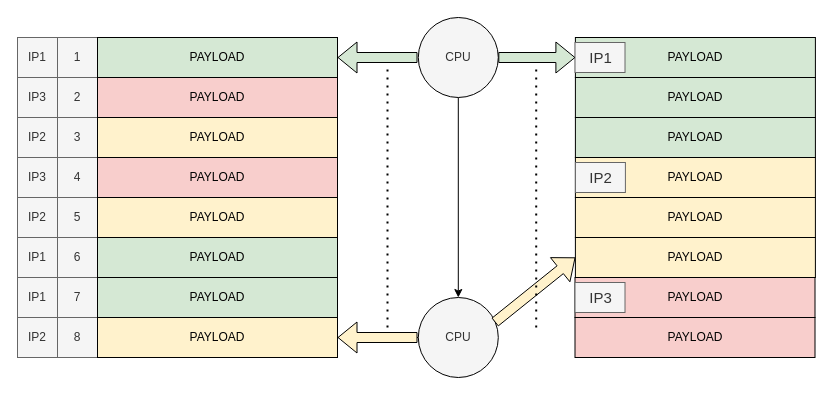
This is page "第 1 页" (1 of 6) of producer&consumer.drawio from CHRIS123540/GPU, a draw.io file, before an edit. Source tidied: cells renumbered, new cells numbered last; positions are measured from the earlier drawing's top-left corner, leaving out a move shared by most shapes. Both pictures are drawn from the tidied source at 100%, with x=0, y=0 at pixel (17, 17).
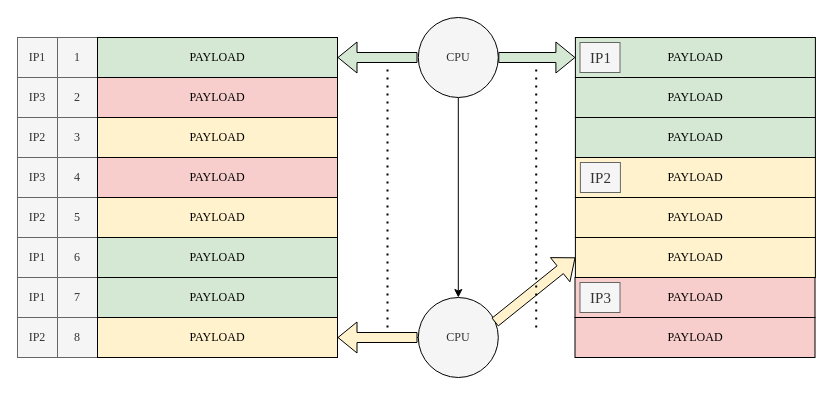
The same diagram, later.

What changed in the source:
```diff
@@
-    <mxCell id="2" value="IP1" style="whiteSpace=wrap;html=1;strokeColor=#666666;fillColor=#f5f5f5;fontColor=#333333;" parent="1" vertex="1">
+    <mxCell id="2" value="IP1" style="whiteSpace=wrap;html=1;strokeColor=#666666;fillColor=#f5f5f5;fontColor=#333333;fontFamily=Times New Roman;" parent="1" vertex="1">
       <mxGeometry y="20" width="40" height="40" as="geometry" />
     </mxCell>
-    <mxCell id="3" value="IP3" style="whiteSpace=wrap;html=1;strokeColor=#666666;fillColor=#f5f5f5;fontColor=#333333;" parent="1" vertex="1">
+    <mxCell id="3" value="IP3" style="whiteSpace=wrap;html=1;strokeColor=#666666;fillColor=#f5f5f5;fontColor=#333333;fontFamily=Times New Roman;" parent="1" vertex="1">
       <mxGeometry y="60" width="40" height="40" as="geometry" />
     </mxCell>
-    <mxCell id="4" value="IP2" style="whiteSpace=wrap;html=1;strokeColor=#666666;fillColor=#f5f5f5;fontColor=#333333;" parent="1" vertex="1">
+    <mxCell id="4" value="IP2" style="whiteSpace=wrap;html=1;strokeColor=#666666;fillColor=#f5f5f5;fontColor=#333333;fontFamily=Times New Roman;" parent="1" vertex="1">
       <mxGeometry y="100" width="40" height="40" as="geometry" />
     </mxCell>
-    <mxCell id="5" value="IP3" style="whiteSpace=wrap;html=1;strokeColor=#666666;fillColor=#f5f5f5;fontColor=#333333;" parent="1" vertex="1">
+    <mxCell id="5" value="IP3" style="whiteSpace=wrap;html=1;strokeColor=#666666;fillColor=#f5f5f5;fontColor=#333333;fontFamily=Times New Roman;" parent="1" vertex="1">
       <mxGeometry y="140" width="40" height="40" as="geometry" />
     </mxCell>
-    <mxCell id="6" value="IP2" style="whiteSpace=wrap;html=1;strokeColor=#666666;fillColor=#f5f5f5;fontColor=#333333;" parent="1" vertex="1">
+    <mxCell id="6" value="IP2" style="whiteSpace=wrap;html=1;strokeColor=#666666;fillColor=#f5f5f5;fontColor=#333333;fontFamily=Times New Roman;" parent="1" vertex="1">
       <mxGeometry y="180" width="40" height="40" as="geometry" />
     </mxCell>
-    <mxCell id="7" value="IP1" style="whiteSpace=wrap;html=1;strokeColor=#666666;fillColor=#f5f5f5;fontColor=#333333;" parent="1" vertex="1">
+    <mxCell id="7" value="IP1" style="whiteSpace=wrap;html=1;strokeColor=#666666;fillColor=#f5f5f5;fontColor=#333333;fontFamily=Times New Roman;" parent="1" vertex="1">
       <mxGeometry y="220" width="40" height="40" as="geometry" />
     </mxCell>
-    <mxCell id="8" value="IP1" style="whiteSpace=wrap;html=1;strokeColor=#666666;fillColor=#f5f5f5;fontColor=#333333;" parent="1" vertex="1">
+    <mxCell id="8" value="IP1" style="whiteSpace=wrap;html=1;strokeColor=#666666;fillColor=#f5f5f5;fontColor=#333333;fontFamily=Times New Roman;" parent="1" vertex="1">
       <mxGeometry y="260" width="40" height="40" as="geometry" />
     </mxCell>
-    <mxCell id="9" value="IP2" style="whiteSpace=wrap;html=1;strokeColor=#666666;fillColor=#f5f5f5;fontColor=#333333;" parent="1" vertex="1">
+    <mxCell id="9" value="IP2" style="whiteSpace=wrap;html=1;strokeColor=#666666;fillColor=#f5f5f5;fontColor=#333333;fontFamily=Times New Roman;" parent="1" vertex="1">
       <mxGeometry y="300" width="40" height="40" as="geometry" />
     </mxCell>
-    <mxCell id="10" value="1" style="whiteSpace=wrap;html=1;strokeColor=#666666;fillColor=#f5f5f5;fontColor=#333333;" parent="1" vertex="1">
+    <mxCell id="10" value="1" style="whiteSpace=wrap;html=1;strokeColor=#666666;fillColor=#f5f5f5;fontColor=#333333;fontFamily=Times New Roman;" parent="1" vertex="1">
       <mxGeometry x="40" y="20" width="40" height="40" as="geometry" />
     </mxCell>
-    <mxCell id="11" value="2" style="whiteSpace=wrap;html=1;strokeColor=#666666;fillColor=#f5f5f5;fontColor=#333333;" parent="1" vertex="1">
+    <mxCell id="11" value="2" style="whiteSpace=wrap;html=1;strokeColor=#666666;fillColor=#f5f5f5;fontColor=#333333;fontFamily=Times New Roman;" parent="1" vertex="1">
       <mxGeometry x="40" y="60" width="40" height="40" as="geometry" />
     </mxCell>
-    <mxCell id="12" value="3" style="whiteSpace=wrap;html=1;strokeColor=#666666;fillColor=#f5f5f5;fontColor=#333333;" parent="1" vertex="1">
+    <mxCell id="12" value="3" style="whiteSpace=wrap;html=1;strokeColor=#666666;fillColor=#f5f5f5;fontColor=#333333;fontFamily=Times New Roman;" parent="1" vertex="1">
       <mxGeometry x="40" y="100" width="40" height="40" as="geometry" />
     </mxCell>
-    <mxCell id="13" value="4" style="whiteSpace=wrap;html=1;strokeColor=#666666;fillColor=#f5f5f5;fontColor=#333333;" parent="1" vertex="1">
+    <mxCell id="13" value="4" style="whiteSpace=wrap;html=1;strokeColor=#666666;fillColor=#f5f5f5;fontColor=#333333;fontFamily=Times New Roman;" parent="1" vertex="1">
       <mxGeometry x="40" y="140" width="40" height="40" as="geometry" />
     </mxCell>
-    <mxCell id="14" value="5" style="whiteSpace=wrap;html=1;strokeColor=#666666;fillColor=#f5f5f5;fontColor=#333333;" parent="1" vertex="1">
+    <mxCell id="14" value="5" style="whiteSpace=wrap;html=1;strokeColor=#666666;fillColor=#f5f5f5;fontColor=#333333;fontFamily=Times New Roman;" parent="1" vertex="1">
       <mxGeometry x="40" y="180" width="40" height="40" as="geometry" />
     </mxCell>
-    <mxCell id="15" value="6" style="whiteSpace=wrap;html=1;strokeColor=#666666;fillColor=#f5f5f5;fontColor=#333333;" parent="1" vertex="1">
+    <mxCell id="15" value="6" style="whiteSpace=wrap;html=1;strokeColor=#666666;fillColor=#f5f5f5;fontColor=#333333;fontFamily=Times New Roman;" parent="1" vertex="1">
       <mxGeometry x="40" y="220" width="40" height="40" as="geometry" />
     </mxCell>
-    <mxCell id="16" value="7" style="whiteSpace=wrap;html=1;strokeColor=#666666;fillColor=#f5f5f5;fontColor=#333333;" parent="1" vertex="1">
+    <mxCell id="16" value="7" style="whiteSpace=wrap;html=1;strokeColor=#666666;fillColor=#f5f5f5;fontColor=#333333;fontFamily=Times New Roman;" parent="1" vertex="1">
       <mxGeometry x="40" y="260" width="40" height="40" as="geometry" />
     </mxCell>
-    <mxCell id="17" value="8" style="whiteSpace=wrap;html=1;strokeColor=#666666;fillColor=#f5f5f5;fontColor=#333333;" parent="1" vertex="1">
+    <mxCell id="17" value="8" style="whiteSpace=wrap;html=1;strokeColor=#666666;fillColor=#f5f5f5;fontColor=#333333;fontFamily=Times New Roman;" parent="1" vertex="1">
       <mxGeometry x="40" y="300" width="40" height="40" as="geometry" />
     </mxCell>
-    <mxCell id="18" value="PAYLOAD" style="rounded=0;whiteSpace=wrap;html=1;fillColor=#d5e8d4;strokeColor=default;" parent="1" vertex="1">
+    <mxCell id="18" value="PAYLOAD" style="rounded=0;whiteSpace=wrap;html=1;fillColor=#d5e8d4;strokeColor=default;fontFamily=Times New Roman;" parent="1" vertex="1">
       <mxGeometry x="80" y="20" width="240" height="40" as="geometry" />
     </mxCell>
-    <mxCell id="19" value="PAYLOAD" style="rounded=0;whiteSpace=wrap;html=1;fillColor=#f8cecc;strokeColor=default;" parent="1" vertex="1">
+    <mxCell id="19" value="PAYLOAD" style="rounded=0;whiteSpace=wrap;html=1;fillColor=#f8cecc;strokeColor=default;fontFamily=Times New Roman;" parent="1" vertex="1">
       <mxGeometry x="80" y="60" width="240" height="40" as="geometry" />
     </mxCell>
-    <mxCell id="20" value="PAYLOAD" style="rounded=0;whiteSpace=wrap;html=1;fillColor=#fff2cc;strokeColor=default;" parent="1" vertex="1">
+    <mxCell id="20" value="PAYLOAD" style="rounded=0;whiteSpace=wrap;html=1;fillColor=#fff2cc;strokeColor=default;fontFamily=Times New Roman;" parent="1" vertex="1">
       <mxGeometry x="80" y="100" width="240" height="40" as="geometry" />
     </mxCell>
-    <mxCell id="21" value="PAYLOAD" style="rounded=0;whiteSpace=wrap;html=1;fillColor=#f8cecc;strokeColor=default;" parent="1" vertex="1">
+    <mxCell id="21" value="PAYLOAD" style="rounded=0;whiteSpace=wrap;html=1;fillColor=#f8cecc;strokeColor=default;fontFamily=Times New Roman;" parent="1" vertex="1">
       <mxGeometry x="80" y="140" width="240" height="40" as="geometry" />
     </mxCell>
-    <mxCell id="22" value="PAYLOAD" style="rounded=0;whiteSpace=wrap;html=1;fillColor=#fff2cc;strokeColor=default;" parent="1" vertex="1">
+    <mxCell id="22" value="PAYLOAD" style="rounded=0;whiteSpace=wrap;html=1;fillColor=#fff2cc;strokeColor=default;fontFamily=Times New Roman;" parent="1" vertex="1">
       <mxGeometry x="80" y="180" width="240" height="40" as="geometry" />
     </mxCell>
-    <mxCell id="23" value="PAYLOAD" style="rounded=0;whiteSpace=wrap;html=1;fillColor=#d5e8d4;strokeColor=default;" parent="1" vertex="1">
+    <mxCell id="23" value="PAYLOAD" style="rounded=0;whiteSpace=wrap;html=1;fillColor=#d5e8d4;strokeColor=default;fontFamily=Times New Roman;" parent="1" vertex="1">
       <mxGeometry x="80" y="220" width="240" height="40" as="geometry" />
     </mxCell>
-    <mxCell id="24" value="PAYLOAD" style="rounded=0;whiteSpace=wrap;html=1;fillColor=#d5e8d4;strokeColor=default;" parent="1" vertex="1">
+    <mxCell id="24" value="PAYLOAD" style="rounded=0;whiteSpace=wrap;html=1;fillColor=#d5e8d4;strokeColor=default;fontFamily=Times New Roman;" parent="1" vertex="1">
       <mxGeometry x="80" y="260" width="240" height="40" as="geometry" />
     </mxCell>
-    <mxCell id="25" value="PAYLOAD" style="rounded=0;whiteSpace=wrap;html=1;fillColor=#fff2cc;strokeColor=default;" parent="1" vertex="1">
+    <mxCell id="25" value="PAYLOAD" style="rounded=0;whiteSpace=wrap;html=1;fillColor=#fff2cc;strokeColor=default;fontFamily=Times New Roman;" parent="1" vertex="1">
       <mxGeometry x="80" y="300" width="240" height="40" as="geometry" />
     </mxCell>
-    <mxCell id="26" style="edgeStyle=orthogonalEdgeStyle;rounded=0;jettySize=auto;html=1;exitX=0.5;exitY=1;exitDx=0;exitDy=0;entryX=0.5;entryY=0;entryDx=0;entryDy=0;strokeColor=default;" parent="1" edge="1" source="27" target="36">
+    <mxCell id="26" style="edgeStyle=orthogonalEdgeStyle;rounded=0;jettySize=auto;html=1;exitX=0.5;exitY=1;exitDx=0;exitDy=0;entryX=0.5;entryY=0;entryDx=0;entryDy=0;strokeColor=default;fontFamily=Times New Roman;" parent="1" edge="1" source="27" target="36">
       <mxGeometry relative="1" as="geometry" />
     </mxCell>
-    <mxCell id="27" value="CPU" style="ellipse;whiteSpace=wrap;html=1;fillColor=#f5f5f5;fontColor=#333333;strokeColor=default;" parent="1" vertex="1">
+    <mxCell id="27" value="CPU" style="ellipse;whiteSpace=wrap;html=1;fillColor=#f5f5f5;fontColor=#333333;strokeColor=default;fontFamily=Times New Roman;" parent="1" vertex="1">
       <mxGeometry x="400.8" width="80" height="80" as="geometry" />
     </mxCell>
-    <mxCell id="28" value="PAYLOAD" style="rounded=0;whiteSpace=wrap;html=1;fillColor=#d5e8d4;strokeColor=default;" parent="1" vertex="1">
+    <mxCell id="28" value="PAYLOAD" style="rounded=0;whiteSpace=wrap;html=1;fillColor=#d5e8d4;strokeColor=default;fontFamily=Times New Roman;" parent="1" vertex="1">
       <mxGeometry x="557.9" y="20" width="240" height="40" as="geometry" />
     </mxCell>
-    <mxCell id="29" value="PAYLOAD" style="rounded=0;whiteSpace=wrap;html=1;fillColor=#d5e8d4;strokeColor=default;" parent="1" vertex="1">
+    <mxCell id="29" value="PAYLOAD" style="rounded=0;whiteSpace=wrap;html=1;fillColor=#d5e8d4;strokeColor=default;fontFamily=Times New Roman;" parent="1" vertex="1">
       <mxGeometry x="557.9" y="60" width="240" height="40" as="geometry" />
     </mxCell>
-    <mxCell id="30" value="PAYLOAD" style="rounded=0;whiteSpace=wrap;html=1;fillColor=#d5e8d4;strokeColor=default;" parent="1" vertex="1">
+    <mxCell id="30" value="PAYLOAD" style="rounded=0;whiteSpace=wrap;html=1;fillColor=#d5e8d4;strokeColor=default;fontFamily=Times New Roman;" parent="1" vertex="1">
       <mxGeometry x="557.9" y="100" width="240" height="40" as="geometry" />
     </mxCell>
-    <mxCell id="31" value="IP1" style="text;html=1;align=center;verticalAlign=middle;strokeColor=#666666;fillColor=#f5f5f5;fontSize=15;fontColor=#333333;" parent="1" vertex="1">
-      <mxGeometry x="557.5" y="25" width="50" height="30" as="geometry" />
+    <mxCell id="31" value="IP1" style="text;html=1;align=center;verticalAlign=middle;strokeColor=#666666;fillColor=#f5f5f5;fontSize=15;fontColor=#333333;fontFamily=Times New Roman;" parent="1" vertex="1">
+      <mxGeometry x="562.5" y="25" width="40" height="30" as="geometry" />
     </mxCell>
-    <mxCell id="32" style="shape=flexArrow;endArrow=classic;html=1;rounded=0;entryX=1;entryY=0.5;entryDx=0;entryDy=0;fillColor=#d5e8d4;strokeColor=default;" parent="1" edge="1" target="18">
+    <mxCell id="32" style="shape=flexArrow;endArrow=classic;html=1;rounded=0;entryX=1;entryY=0.5;entryDx=0;entryDy=0;fillColor=#d5e8d4;strokeColor=default;fontFamily=Times New Roman;" parent="1" edge="1" target="18">
       <mxGeometry relative="1" as="geometry">
         <mxPoint x="400" y="40" as="sourcePoint" />
       </mxGeometry>
     </mxCell>
-    <mxCell id="33" style="endArrow=none;dashed=1;html=1;dashPattern=1 3;strokeWidth=2;rounded=0;strokeColor=default;" parent="1" edge="1">
+    <mxCell id="33" style="endArrow=none;dashed=1;html=1;dashPattern=1 3;strokeWidth=2;rounded=0;strokeColor=default;fontFamily=Times New Roman;" parent="1" edge="1">
       <mxGeometry relative="1" as="geometry">
         <mxPoint x="370" y="310" as="sourcePoint" />
         <mxPoint x="370" y="50" as="targetPoint" />
       </mxGeometry>
     </mxCell>
-    <mxCell id="34" style="shape=flexArrow;endArrow=classic;html=1;rounded=0;entryX=0;entryY=0.5;entryDx=0;entryDy=0;fillColor=#d5e8d4;strokeColor=default;exitX=1;exitY=0.5;exitDx=0;exitDy=0;" parent="1" edge="1" source="27" target="28">
+    <mxCell id="34" style="shape=flexArrow;endArrow=classic;html=1;rounded=0;entryX=0;entryY=0.5;entryDx=0;entryDy=0;fillColor=#d5e8d4;strokeColor=default;exitX=1;exitY=0.5;exitDx=0;exitDy=0;fontFamily=Times New Roman;" parent="1" edge="1" source="27" target="28">
       <mxGeometry relative="1" as="geometry" />
     </mxCell>
-    <mxCell id="35" style="edgeStyle=orthogonalEdgeStyle;rounded=0;jettySize=auto;html=1;strokeColor=default;" parent="1" edge="1" source="36" target="25">
+    <mxCell id="35" style="edgeStyle=orthogonalEdgeStyle;rounded=0;jettySize=auto;html=1;strokeColor=default;fontFamily=Times New Roman;" parent="1" edge="1" source="36" target="25">
       <mxGeometry relative="1" as="geometry" />
     </mxCell>
-    <mxCell id="36" value="CPU" style="ellipse;whiteSpace=wrap;html=1;fillColor=#f5f5f5;fontColor=#333333;strokeColor=default;" parent="1" vertex="1">
+    <mxCell id="36" value="CPU" style="ellipse;whiteSpace=wrap;html=1;fillColor=#f5f5f5;fontColor=#333333;strokeColor=default;fontFamily=Times New Roman;" parent="1" vertex="1">
       <mxGeometry x="400.8" y="280" width="80" height="80" as="geometry" />
     </mxCell>
-    <mxCell id="37" style="shape=flexArrow;endArrow=classic;html=1;rounded=0;entryX=1;entryY=0.5;entryDx=0;entryDy=0;fillColor=#fff2cc;strokeColor=default;" parent="1" edge="1">
+    <mxCell id="37" style="shape=flexArrow;endArrow=classic;html=1;rounded=0;entryX=1;entryY=0.5;entryDx=0;entryDy=0;fillColor=#fff2cc;strokeColor=default;fontFamily=Times New Roman;" parent="1" edge="1">
       <mxGeometry relative="1" as="geometry">
         <mxPoint x="400" y="320" as="sourcePoint" />
         <mxPoint x="320" y="320" as="targetPoint" />
       </mxGeometry>
     </mxCell>
-    <mxCell id="38" style="shape=flexArrow;endArrow=classic;html=1;rounded=0;entryX=0;entryY=0.5;entryDx=0;entryDy=0;fillColor=#fff2cc;strokeColor=default;exitX=0.956;exitY=0.31;exitDx=0;exitDy=0;exitPerimeter=0;" parent="1" edge="1" source="36" target="45">
+    <mxCell id="38" style="shape=flexArrow;endArrow=classic;html=1;rounded=0;entryX=0;entryY=0.5;entryDx=0;entryDy=0;fillColor=#fff2cc;strokeColor=default;exitX=0.956;exitY=0.31;exitDx=0;exitDy=0;exitPerimeter=0;fontFamily=Times New Roman;" parent="1" edge="1" source="36" target="45">
       <mxGeometry relative="1" as="geometry" />
     </mxCell>
-    <mxCell id="39" value="PAYLOAD" style="rounded=0;whiteSpace=wrap;html=1;fillColor=#f8cecc;strokeColor=default;" parent="1" vertex="1">
+    <mxCell id="39" value="PAYLOAD" style="rounded=0;whiteSpace=wrap;html=1;fillColor=#f8cecc;strokeColor=default;fontFamily=Times New Roman;" parent="1" vertex="1">
       <mxGeometry x="557.5" y="260" width="240" height="40" as="geometry" />
     </mxCell>
-    <mxCell id="40" value="PAYLOAD" style="rounded=0;whiteSpace=wrap;html=1;fillColor=#f8cecc;strokeColor=default;" parent="1" vertex="1">
+    <mxCell id="40" value="PAYLOAD" style="rounded=0;whiteSpace=wrap;html=1;fillColor=#f8cecc;strokeColor=default;fontFamily=Times New Roman;" parent="1" vertex="1">
       <mxGeometry x="557.5" y="300" width="240" height="40" as="geometry" />
     </mxCell>
-    <mxCell id="41" value="IP3" style="text;html=1;align=center;verticalAlign=middle;strokeColor=#666666;fillColor=#f5f5f5;fontSize=15;fontColor=#333333;" parent="1" vertex="1">
-      <mxGeometry x="557.5" y="265" width="50" height="30" as="geometry" />
+    <mxCell id="41" value="IP3" style="text;html=1;align=center;verticalAlign=middle;strokeColor=#666666;fillColor=#f5f5f5;fontSize=15;fontColor=#333333;fontFamily=Times New Roman;" parent="1" vertex="1">
+      <mxGeometry x="562.5" y="265" width="40" height="30" as="geometry" />
     </mxCell>
-    <mxCell id="42" style="endArrow=none;dashed=1;html=1;dashPattern=1 3;strokeWidth=2;rounded=0;strokeColor=default;" parent="1" edge="1">
+    <mxCell id="42" style="endArrow=none;dashed=1;html=1;dashPattern=1 3;strokeWidth=2;rounded=0;strokeColor=default;fontFamily=Times New Roman;" parent="1" edge="1">
       <mxGeometry relative="1" as="geometry">
         <mxPoint x="518.7" y="310" as="sourcePoint" />
         <mxPoint x="518.7" y="50" as="targetPoint" />
       </mxGeometry>
     </mxCell>
-    <mxCell id="43" value="PAYLOAD" style="rounded=0;whiteSpace=wrap;html=1;fillColor=#fff2cc;strokeColor=default;" parent="1" vertex="1">
+    <mxCell id="43" value="PAYLOAD" style="rounded=0;whiteSpace=wrap;html=1;fillColor=#fff2cc;strokeColor=default;fontFamily=Times New Roman;" parent="1" vertex="1">
       <mxGeometry x="557.9" y="140" width="240" height="40" as="geometry" />
     </mxCell>
-    <mxCell id="44" value="PAYLOAD" style="rounded=0;whiteSpace=wrap;html=1;fillColor=#fff2cc;strokeColor=default;" parent="1" vertex="1">
+    <mxCell id="44" value="PAYLOAD" style="rounded=0;whiteSpace=wrap;html=1;fillColor=#fff2cc;strokeColor=default;fontFamily=Times New Roman;" parent="1" vertex="1">
       <mxGeometry x="557.9" y="180" width="240" height="40" as="geometry" />
     </mxCell>
-    <mxCell id="45" value="PAYLOAD" style="rounded=0;whiteSpace=wrap;html=1;fillColor=#fff2cc;strokeColor=default;" parent="1" vertex="1">
+    <mxCell id="45" value="PAYLOAD" style="rounded=0;whiteSpace=wrap;html=1;fillColor=#fff2cc;strokeColor=default;fontFamily=Times New Roman;" parent="1" vertex="1">
       <mxGeometry x="557.9" y="220" width="240" height="40" as="geometry" />
     </mxCell>
-    <mxCell id="46" value="IP2" style="text;html=1;align=center;verticalAlign=middle;strokeColor=#666666;fillColor=#f5f5f5;fontSize=15;fontColor=#333333;" parent="1" vertex="1">
-      <mxGeometry x="557.9" y="145" width="50" height="30" as="geometry" />
+    <mxCell id="46" value="IP2" style="text;html=1;align=center;verticalAlign=middle;strokeColor=#666666;fillColor=#f5f5f5;fontSize=15;fontColor=#333333;fontFamily=Times New Roman;" parent="1" vertex="1">
+      <mxGeometry x="562.9" y="145" width="40" height="30" as="geometry" />
     </mxCell>
```
